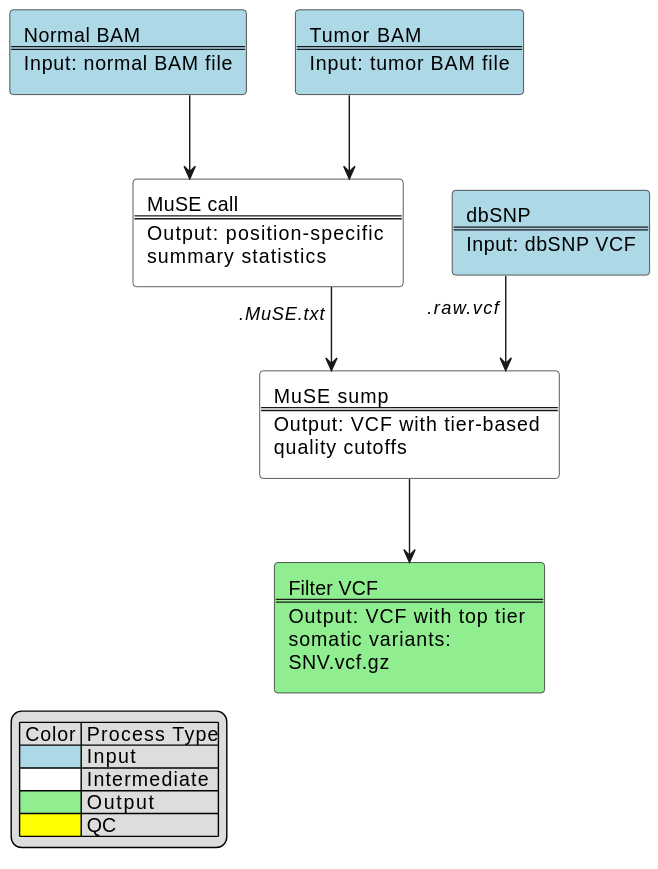
The PlantUML diagram docs/muse_chart.svg in uclahs-cds/pipeline-call-sSNV, before a commit.
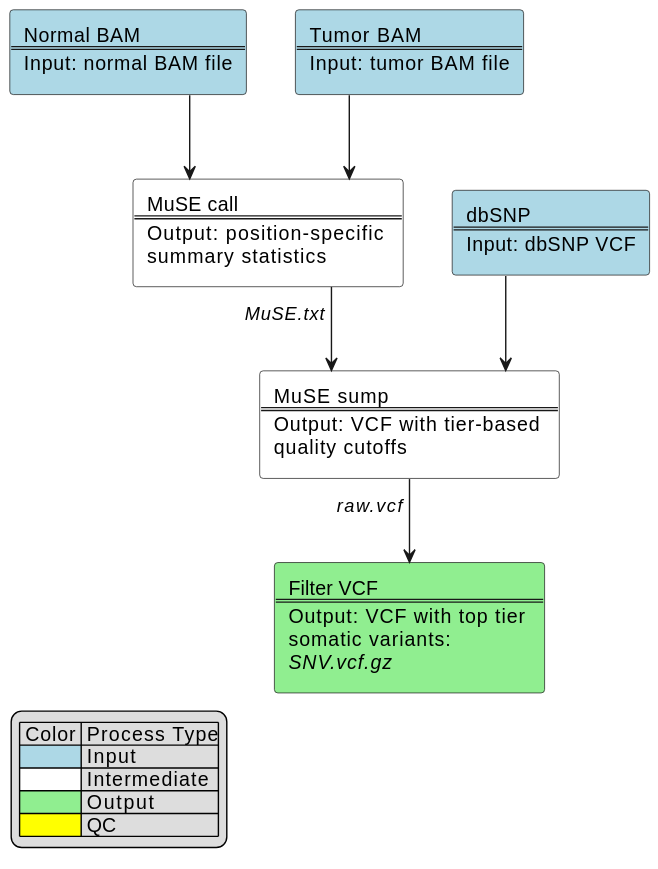
Later version of the same file.

The edit, as a diff of the source:
```diff
@@ -15,13 +15,13 @@
 $intermediate_process(muse_call_run, "MuSE call", "Output: position-specific %newline()summary statistics")
 $input_process(dbsnp_file, 'dbSNP', 'Input: dbSNP VCF')
 $intermediate_process(muse_sump_run, "MuSE sump", "Output: VCF with tier-based %newline()quality cutoffs")
-$output_process(filter_vcf, 'Filter VCF', 'Output: VCF with top tier %newline()somatic variants: %newline()SNV.vcf.gz')
+$output_process(filter_vcf, 'Filter VCF', 'Output: VCF with top tier %newline()somatic variants: %newline()//SNV.vcf.gz//')
 
 tumor_bam -d-> muse_call_run
 normal_bam -d-> muse_call_run
-muse_call_run -d-> muse_sump_run: // .MuSE.txt //
-dbsnp_file -d-> muse_sump_run: // .raw.vcf //
-muse_sump_run -d-> filter_vcf
+muse_call_run -d-> muse_sump_run: // MuSE.txt //
+dbsnp_file -d-> muse_sump_run
+muse_sump_run -d-> filter_vcf: // raw.vcf //
 
 $add_legend("left")
 
```
